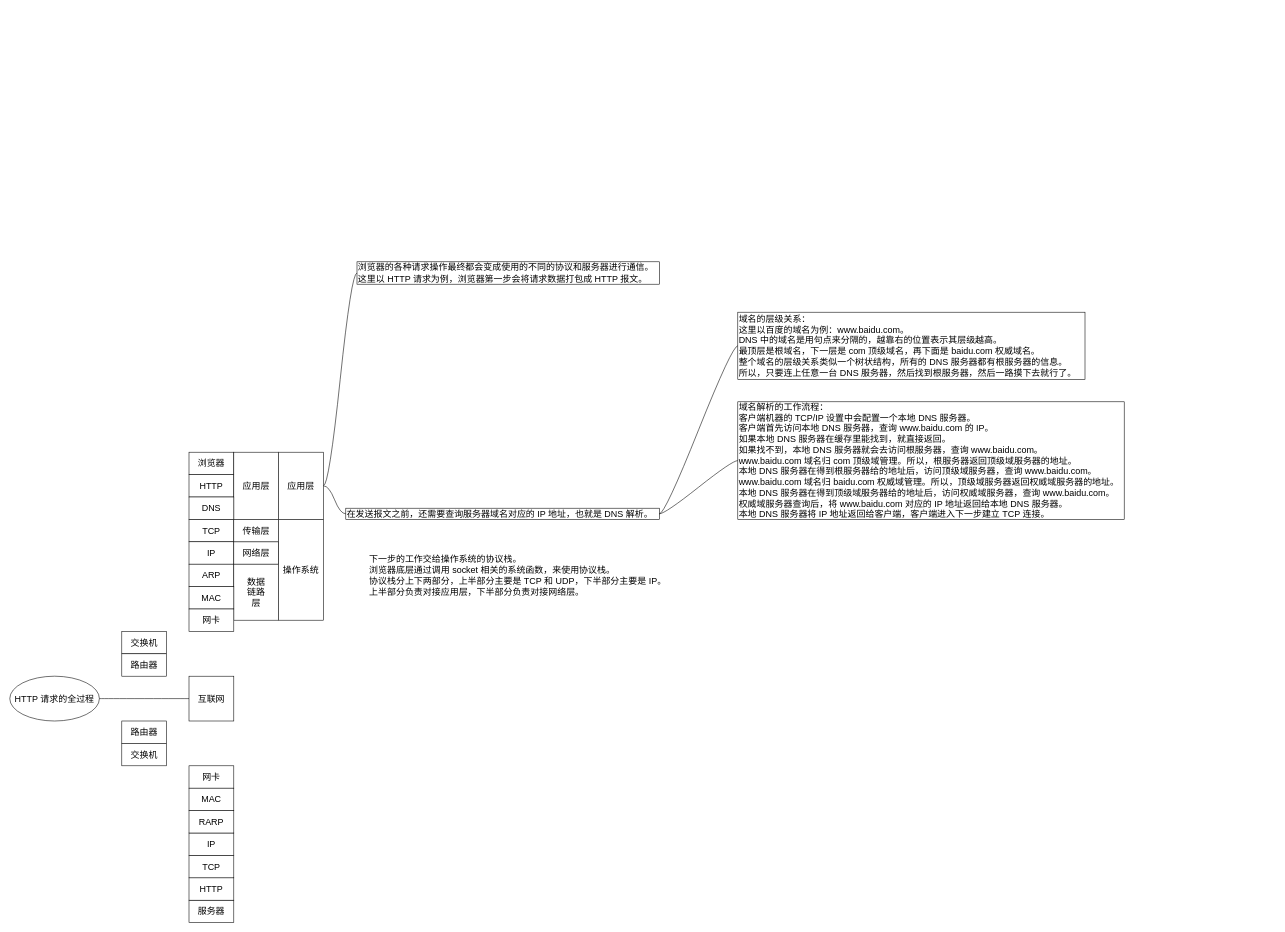
Before: page "第 5 页" (5 of 5) of body_of_knowledge/network_engineering.drawio in KelipuTe/personal-library, a draw.io diagram. Source tidied: cells renumbered, new cells numbered last; positions are measured from the earlier drawing's top-left corner, leaving out a move shared by most shapes. Both pictures are drawn from the tidied source at 56%, with x=0, y=0 at pixel (10, 262).
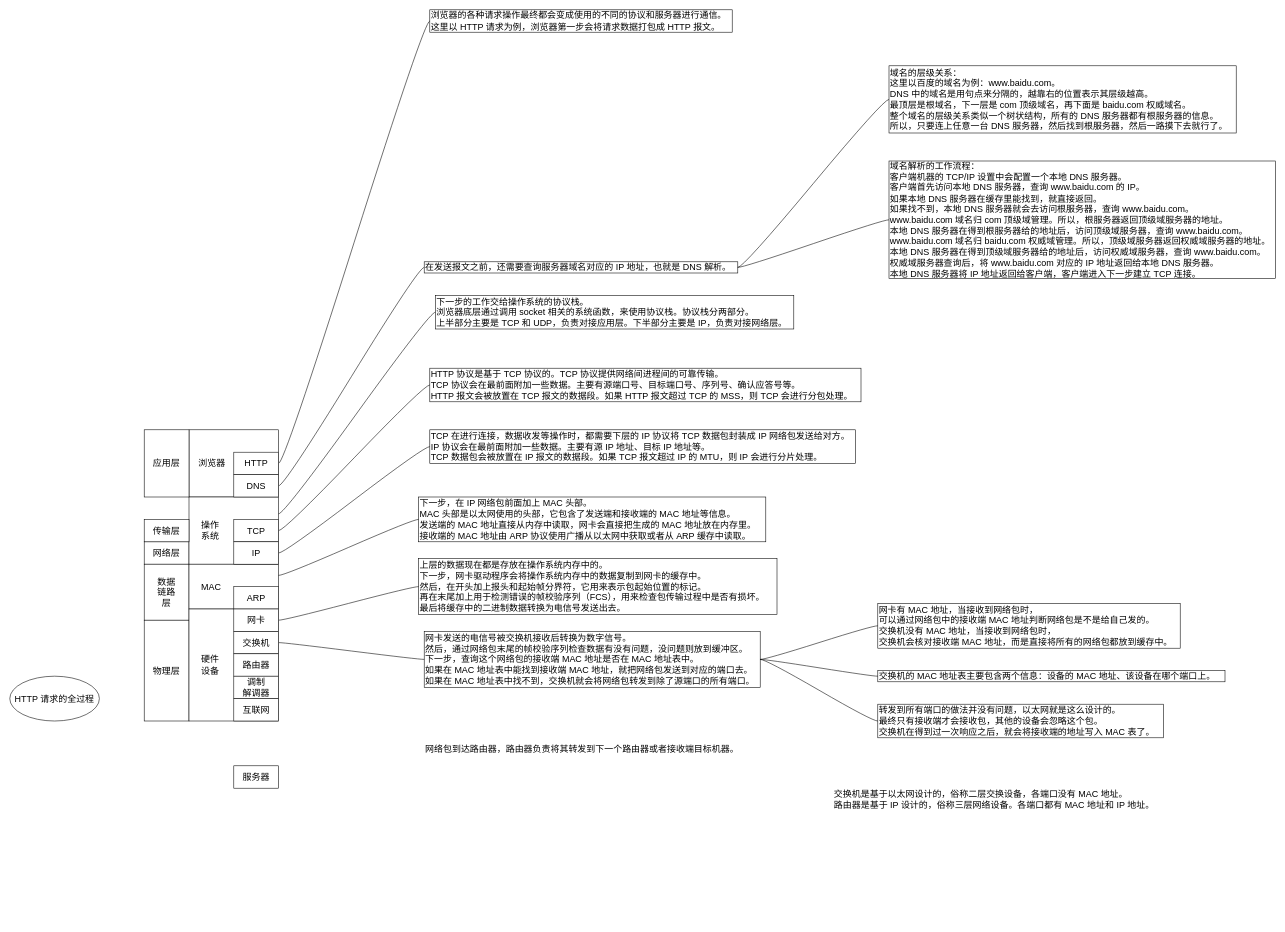
After the change.

Commit message:
network, overview

Unchanged cells that the change refers to:
```xml
<mxCell id="2" value="HTTP 请求的全过程" style="ellipse;whiteSpace=wrap;html=1;align=center;newEdgeStyle={&quot;edgeStyle&quot;:&quot;entityRelationEdgeStyle&quot;,&quot;startArrow&quot;:&quot;none&quot;,&quot;endArrow&quot;:&quot;none&quot;,&quot;segment&quot;:10,&quot;curved&quot;:1};labelBackgroundColor=none;fontSize=16;strokeColor=default;" parent="1" vertex="1">
  <mxGeometry y="740" width="160" height="80" as="geometry" />
</mxCell>
```

Diff of the diagram source:
```diff
@@
     <mxCell id="3" value="浏览器的各种请求操作最终都会变成使用的不同的协议和服务器进行通信。&lt;br&gt;这里以 HTTP 请求为例，浏览器第一步会将请求数据打包成 HTTP 报文。" style="text;html=1;align=left;verticalAlign=middle;points=[];strokeColor=default;fillColor=none;fontSize=16;" parent="1" vertex="1">
-      <mxGeometry x="620" width="540" height="40" as="geometry" />
+      <mxGeometry x="750" y="-450" width="540" height="40" as="geometry" />
     </mxCell>
-    <mxCell id="4" style="edgeStyle=entityRelationEdgeStyle;startArrow=none;endArrow=none;segment=10;curved=1;rounded=0;fontSize=16;" parent="1" edge="1" source="2" target="20">
-      <mxGeometry relative="1" as="geometry" />
-    </mxCell>
-    <mxCell id="5" style="edgeStyle=entityRelationEdgeStyle;startArrow=none;endArrow=none;segment=10;curved=1;rounded=0;fontSize=16;" parent="1" edge="1" source="12" target="3">
+    <mxCell id="5" style="edgeStyle=entityRelationEdgeStyle;startArrow=none;endArrow=none;segment=10;curved=1;rounded=0;fontSize=16;" parent="1" edge="1" source="14" target="3">
       <mxGeometry relative="1" as="geometry" />
     </mxCell>
     <mxCell id="6" value="在发送报文之前，还需要查询服务器域名对应的 IP 地址，也就是 DNS 解析。" style="text;html=1;align=left;verticalAlign=middle;points=[];strokeColor=default;fillColor=none;fontSize=16;" parent="1" vertex="1">
-      <mxGeometry x="600" y="440" width="560" height="20" as="geometry" />
+      <mxGeometry x="740" width="560" height="20" as="geometry" />
     </mxCell>
     <mxCell id="7" value="域名的层级关系：&lt;br&gt;这里以百度的域名为例：www.baidu.com。&lt;br&gt;DNS 中的域名是用句点来分隔的，越靠右的位置表示其层级越高。&lt;br&gt;最顶层是根域名，下一层是 com 顶级域名，再下面是 baidu.com&amp;nbsp;权威域名。&lt;br&gt;整个域名的层级关系类似一个树状结构，所有的 DNS 服务器都有根服务器的信息。&lt;br&gt;所以，只要连上任意一台 DNS 服务器，然后找到根服务器，然后一路摸下去就行了。" style="text;html=1;align=left;verticalAlign=middle;points=[];strokeColor=default;fillColor=none;fontSize=16;" parent="1" vertex="1">
-      <mxGeometry x="1300" y="90" width="620" height="120" as="geometry" />
+      <mxGeometry x="1570" y="-350" width="620" height="120" as="geometry" />
     </mxCell>
     <mxCell id="8" value="域名解析的工作流程：&lt;br&gt;客户端机器的 TCP/IP 设置中会配置一个本地 DNS 服务器。&lt;br&gt;客户端首先访问本地 DNS 服务器，查询&amp;nbsp;&lt;span&gt;www.baidu.com 的 IP。&lt;br&gt;&lt;/span&gt;&lt;span&gt;如果&lt;/span&gt;本地 DNS 服务器在缓存里能找到，就直接返回。&lt;br&gt;如果找不到，本地 DNS 服务器就会去访问根服务器，查询&amp;nbsp;www.baidu.com。&lt;br&gt;www.baidu.com 域名归 com 顶级域管理。所以，根服务器返回顶级域服务器的地址。&lt;br&gt;本地 DNS 服务器在得到根服务器给的地址后，访问顶级域服务器，查询&amp;nbsp;www.baidu.com。&lt;br&gt;www.baidu.com 域名归 baidu.com&amp;nbsp;权威域管理。所以，顶级域服务器返回权威域服务器的地址。&lt;br&gt;本地 DNS 服务器在得到顶级域服务器给的地址后，访问权威域服务器，查询&amp;nbsp;www.baidu.com。&lt;br&gt;权威域服务器查询后，将 www.baidu.com 对应的 IP 地址返回给本地 DNS 服务器。&lt;br&gt;本地 DNS 服务器将 IP 地址返回给客户端，客户端进入下一步建立&amp;nbsp;TCP 连接。&lt;span&gt;&lt;br&gt;&lt;/span&gt;" style="text;html=1;align=left;verticalAlign=middle;points=[];strokeColor=default;fillColor=none;fontSize=16;" parent="1" vertex="1">
-      <mxGeometry x="1300" y="250" width="690" height="210" as="geometry" />
+      <mxGeometry x="1570" y="-180" width="690" height="210" as="geometry" />
     </mxCell>
-    <mxCell id="9" style="edgeStyle=entityRelationEdgeStyle;startArrow=none;endArrow=none;segment=10;curved=1;rounded=0;fontSize=16;" parent="1" edge="1" source="12" target="6">
+    <mxCell id="9" style="edgeStyle=entityRelationEdgeStyle;startArrow=none;endArrow=none;segment=10;curved=1;rounded=0;fontSize=16;" parent="1" edge="1" source="32" target="6">
       <mxGeometry relative="1" as="geometry" />
     </mxCell>
@@
-    <mxCell id="12" value="应用层" style="rounded=0;whiteSpace=wrap;html=1;labelBackgroundColor=none;fontSize=16;strokeColor=default;" parent="1" vertex="1">
-      <mxGeometry x="480" y="340" width="80" height="120" as="geometry" />
-    </mxCell>
-    <mxCell id="13" value="浏览器" style="rounded=0;whiteSpace=wrap;html=1;labelBackgroundColor=none;fontSize=16;strokeColor=default;" parent="1" vertex="1">
-      <mxGeometry x="320" y="340" width="80" height="40" as="geometry" />
+    <mxCell id="13" value="浏览器" style="rounded=0;whiteSpace=wrap;html=1;labelBackgroundColor=none;fontSize=16;strokeColor=default;align=left;spacingLeft=15;" parent="1" vertex="1">
+      <mxGeometry x="320" y="300" width="160" height="120" as="geometry" />
     </mxCell>
     <mxCell id="14" value="HTTP" style="rounded=0;whiteSpace=wrap;html=1;labelBackgroundColor=none;fontSize=16;strokeColor=default;" parent="1" vertex="1">
-      <mxGeometry x="320" y="380" width="80" height="40" as="geometry" />
+      <mxGeometry x="400" y="340" width="80" height="40" as="geometry" />
     </mxCell>
-    <mxCell id="15" value="TCP" style="rounded=0;whiteSpace=wrap;html=1;labelBackgroundColor=none;fontSize=16;strokeColor=default;" parent="1" vertex="1">
-      <mxGeometry x="320" y="460" width="80" height="40" as="geometry" />
-    </mxCell>
-    <mxCell id="16" value="IP" style="rounded=0;whiteSpace=wrap;html=1;labelBackgroundColor=none;fontSize=16;strokeColor=default;" parent="1" vertex="1">
-      <mxGeometry x="320" y="500" width="80" height="40" as="geometry" />
-    </mxCell>
     <mxCell id="17" value="网络层" style="rounded=0;whiteSpace=wrap;html=1;labelBackgroundColor=none;fontSize=16;strokeColor=default;" parent="1" vertex="1">
-      <mxGeometry x="400" y="500" width="80" height="40" as="geometry" />
+      <mxGeometry x="240" y="500" width="80" height="40" as="geometry" />
     </mxCell>
-    <mxCell id="18" value="交换机" style="rounded=0;whiteSpace=wrap;html=1;labelBackgroundColor=none;fontSize=16;strokeColor=default;" parent="1" vertex="1">
-      <mxGeometry x="200" y="660" width="80" height="40" as="geometry" />
-    </mxCell>
-    <mxCell id="19" value="&lt;span&gt;路由器&lt;/span&gt;" style="rounded=0;whiteSpace=wrap;html=1;labelBackgroundColor=none;fontSize=16;strokeColor=default;" parent="1" vertex="1">
-      <mxGeometry x="200" y="700" width="80" height="40" as="geometry" />
-    </mxCell>
-    <mxCell id="20" value="互联网" style="rounded=0;whiteSpace=wrap;html=1;labelBackgroundColor=none;fontSize=16;strokeColor=default;" parent="1" vertex="1">
-      <mxGeometry x="320" y="740" width="80" height="80" as="geometry" />
-    </mxCell>
-    <mxCell id="21" value="路由器" style="rounded=0;whiteSpace=wrap;html=1;labelBackgroundColor=none;fontSize=16;strokeColor=default;" parent="1" vertex="1">
-      <mxGeometry x="200" y="820" width="80" height="40" as="geometry" />
-    </mxCell>
-    <mxCell id="22" value="&lt;span&gt;交换机&lt;/span&gt;" style="rounded=0;whiteSpace=wrap;html=1;labelBackgroundColor=none;fontSize=16;strokeColor=default;" parent="1" vertex="1">
-      <mxGeometry x="200" y="860" width="80" height="40" as="geometry" />
-    </mxCell>
     <mxCell id="23" value="服务器" style="rounded=0;whiteSpace=wrap;html=1;labelBackgroundColor=none;fontSize=16;strokeColor=default;" parent="1" vertex="1">
-      <mxGeometry x="320" y="1140" width="80" height="40" as="geometry" />
+      <mxGeometry x="400" y="900" width="80" height="40" as="geometry" />
     </mxCell>
-    <mxCell id="24" value="HTTP" style="rounded=0;whiteSpace=wrap;html=1;labelBackgroundColor=none;fontSize=16;strokeColor=default;" parent="1" vertex="1">
-      <mxGeometry x="320" y="1100" width="80" height="40" as="geometry" />
-    </mxCell>
-    <mxCell id="25" value="TCP" style="rounded=0;whiteSpace=wrap;html=1;labelBackgroundColor=none;fontSize=16;strokeColor=default;" parent="1" vertex="1">
-      <mxGeometry x="320" y="1060" width="80" height="40" as="geometry" />
-    </mxCell>
-    <mxCell id="26" value="IP" style="rounded=0;whiteSpace=wrap;html=1;labelBackgroundColor=none;fontSize=16;strokeColor=default;" parent="1" vertex="1">
-      <mxGeometry x="320" y="1020" width="80" height="40" as="geometry" />
-    </mxCell>
-    <mxCell id="27" value="操作系统" style="rounded=0;whiteSpace=wrap;html=1;labelBackgroundColor=none;fontSize=16;strokeColor=default;" parent="1" vertex="1">
-      <mxGeometry x="480" y="460" width="80" height="180" as="geometry" />
+    <mxCell id="27" value="操作&lt;br&gt;系统" style="rounded=0;whiteSpace=wrap;html=1;labelBackgroundColor=none;fontSize=16;strokeColor=default;align=left;spacingLeft=20;" parent="1" vertex="1">
+      <mxGeometry x="320" y="420" width="160" height="120" as="geometry" />
     </mxCell>
-    <mxCell id="28" value="下一步的工作交给操作系统的协议栈。&lt;br&gt;&lt;span&gt;浏览器底层通过调用 socket 相关的系统函数，来使用协议栈。&lt;br&gt;协议栈分上下两部分，上&lt;/span&gt;半&lt;span&gt;部分主要是 TCP 和 UDP，下&lt;/span&gt;半&lt;span&gt;部分主要是 IP。&lt;br&gt;上半部分负责对接应用层，下半部分负责对接网络层。&lt;br&gt;&lt;/span&gt;" style="text;html=1;align=left;verticalAlign=middle;points=[];strokeColor=none;fillColor=none;fontSize=16;" parent="1" vertex="1">
-      <mxGeometry x="640" y="520" width="550" height="80" as="geometry" />
+    <mxCell id="28" value="下一步的工作交给操作系统的协议栈。&lt;br&gt;&lt;span&gt;浏览器底层通过调用 socket 相关的系统函数，来使用协议栈。&lt;/span&gt;协议栈分两部分。&lt;span&gt;&lt;br&gt;上&lt;/span&gt;半&lt;span&gt;部分主要是 TCP 和 UDP，&lt;/span&gt;负责对接应用层。&lt;span&gt;下&lt;/span&gt;半&lt;span&gt;部分主要是 IP，负责对接网络层。&lt;br&gt;&lt;/span&gt;" style="text;html=1;align=left;verticalAlign=middle;points=[];strokeColor=default;fillColor=none;fontSize=16;" parent="1" vertex="1">
+      <mxGeometry x="760" y="60" width="640" height="60" as="geometry" />
     </mxCell>
     <mxCell id="29" value="应用层" style="rounded=0;whiteSpace=wrap;html=1;labelBackgroundColor=none;fontSize=16;strokeColor=default;" parent="1" vertex="1">
-      <mxGeometry x="400" y="340" width="80" height="120" as="geometry" />
+      <mxGeometry x="240" y="300" width="80" height="120" as="geometry" />
     </mxCell>
     <mxCell id="30" value="传输层" style="rounded=0;whiteSpace=wrap;html=1;labelBackgroundColor=none;fontSize=16;strokeColor=default;" parent="1" vertex="1">
-      <mxGeometry x="400" y="460" width="80" height="40" as="geometry" />
+      <mxGeometry x="240" y="460" width="80" height="40" as="geometry" />
     </mxCell>
-    <mxCell id="31" value="ARP" style="rounded=0;whiteSpace=wrap;html=1;labelBackgroundColor=none;fontSize=16;strokeColor=default;" parent="1" vertex="1">
-      <mxGeometry x="320" y="540" width="80" height="40" as="geometry" />
-    </mxCell>
     <mxCell id="32" value="DNS" style="rounded=0;whiteSpace=wrap;html=1;labelBackgroundColor=none;fontSize=16;strokeColor=default;" parent="1" vertex="1">
-      <mxGeometry x="320" y="420" width="80" height="40" as="geometry" />
+      <mxGeometry x="400" y="380" width="80" height="40" as="geometry" />
     </mxCell>
     <mxCell id="33" value="数据&lt;br&gt;链路&lt;br&gt;层" style="rounded=0;whiteSpace=wrap;html=1;labelBackgroundColor=none;fontSize=16;strokeColor=default;" parent="1" vertex="1">
-      <mxGeometry x="400" y="540" width="80" height="100" as="geometry" />
+      <mxGeometry x="240" y="540" width="80" height="100" as="geometry" />
     </mxCell>
-    <mxCell id="34" value="MAC" style="rounded=0;whiteSpace=wrap;html=1;labelBackgroundColor=none;fontSize=16;strokeColor=default;" parent="1" vertex="1">
-      <mxGeometry x="320" y="580" width="80" height="40" as="geometry" />
+    <mxCell id="34" value="MAC" style="rounded=0;whiteSpace=wrap;html=1;labelBackgroundColor=none;fontSize=16;strokeColor=default;align=left;spacingLeft=20;" parent="1" vertex="1">
+      <mxGeometry x="320" y="540" width="160" height="80" as="geometry" />
     </mxCell>
+    <mxCell id="39" value="物理层" style="rounded=0;whiteSpace=wrap;html=1;fontSize=16;" parent="1" vertex="1">
+      <mxGeometry x="240" y="640" width="80" height="180" as="geometry" />
+    </mxCell>
+    <mxCell id="40" value="硬件&lt;br&gt;设备" style="rounded=0;whiteSpace=wrap;html=1;fontSize=16;align=left;spacingLeft=20;" parent="1" vertex="1">
+      <mxGeometry x="320" y="620" width="160" height="200" as="geometry" />
+    </mxCell>
+    <mxCell id="41" style="edgeStyle=entityRelationEdgeStyle;startArrow=none;endArrow=none;segment=10;curved=1;rounded=0;fontSize=16;exitX=1;exitY=0.25;exitDx=0;exitDy=0;" parent="1" edge="1" source="27" target="28">
+      <mxGeometry relative="1" as="geometry" />
+    </mxCell>
+    <mxCell id="42" value="HTTP 协议是基于 TCP 协议的。TCP 协议提供网络间进程间的可靠传输。&lt;br&gt;TCP 协议会在最前面附加一些数据。主要有源端口号、目标端口号、序列号、确认应答号等。&lt;br&gt;HTTP 报文会被放置在 TCP 报文的数据段。如果 HTTP 报文超过 TCP 的 MSS，则 TCP 会进行分包处理。" style="text;html=1;align=left;verticalAlign=middle;points=[];strokeColor=default;fillColor=none;fontSize=16;" parent="1" vertex="1">
+      <mxGeometry x="750" y="190" width="770" height="60" as="geometry" />
+    </mxCell>
+    <mxCell id="43" value="TCP 在进行连接，数据收发等操作时，都需要下层的 IP 协议将 TCP 数据包封装成 IP 网络包发送给对方。&lt;br&gt;IP 协议会在最前面附加一些数据。主要有源 IP 地址、目标 IP 地址等。&lt;br&gt;TCP 数据包会被放置在 IP 报文的数据段。如果 TCP 报文超过 IP 的 MTU，则 IP 会进行分片处理。" style="text;html=1;align=left;verticalAlign=middle;points=[];strokeColor=default;fillColor=none;fontSize=16;" parent="1" vertex="1">
+      <mxGeometry x="750" y="300" width="760" height="60" as="geometry" />
+    </mxCell>
+    <mxCell id="44" style="edgeStyle=entityRelationEdgeStyle;startArrow=none;endArrow=none;segment=10;curved=1;rounded=0;fontSize=16;" parent="1" edge="1" source="15" target="42">
+      <mxGeometry relative="1" as="geometry" />
+    </mxCell>
+    <mxCell id="45" style="edgeStyle=entityRelationEdgeStyle;startArrow=none;endArrow=none;segment=10;curved=1;rounded=0;fontSize=16;" parent="1" edge="1" source="16" target="43">
+      <mxGeometry relative="1" as="geometry" />
+    </mxCell>
+    <mxCell id="46" value="下一步，在 IP 网络包前面加上 MAC 头部。&lt;br&gt;MAC 头部是以太网使用的头部，它包含了发送端和接收端的 MAC 地址等信息。&lt;br&gt;发送端的 MAC 地址直接从内存中读取，网卡会直接把生成的 MAC 地址放在内存里。&lt;br&gt;接收端的 MAC 地址由 ARP 协议使用广播从以太网中获取或者从 ARP 缓存中读取。" style="text;html=1;align=left;verticalAlign=middle;points=[];strokeColor=default;fillColor=none;fontSize=16;" parent="1" vertex="1">
+      <mxGeometry x="730" y="420" width="620" height="80" as="geometry" />
+    </mxCell>
+    <mxCell id="47" style="edgeStyle=entityRelationEdgeStyle;startArrow=none;endArrow=none;segment=10;curved=1;rounded=0;fontSize=16;exitX=1;exitY=0.25;exitDx=0;exitDy=0;" parent="1" edge="1" source="34" target="46">
+      <mxGeometry relative="1" as="geometry" />
+    </mxCell>
+    <mxCell id="48" value="上层的数据现在都是存放在操作系统内存中的。&lt;br&gt;下一步，网卡驱动程序会将操作系统内存中的数据复制到网卡的缓存中。&lt;br&gt;然后，在开头加上报头和起始帧分界符，它用来表示包起始位置的标记。&lt;br&gt;再在末尾加上用于检测错误的帧校验序列（FCS），用来检查包传输过程中是否有损坏。&lt;br&gt;最后将缓存中的二进制数据转换为电信号发送出去。" style="text;html=1;align=left;verticalAlign=middle;points=[];strokeColor=default;fillColor=none;fontSize=16;" parent="1" vertex="1">
+      <mxGeometry x="730" y="530" width="640" height="100" as="geometry" />
+    </mxCell>
+    <mxCell id="49" style="edgeStyle=entityRelationEdgeStyle;startArrow=none;endArrow=none;segment=10;curved=1;rounded=0;fontSize=16;" parent="1" edge="1" source="35" target="48">
+      <mxGeometry relative="1" as="geometry" />
+    </mxCell>
+    <mxCell id="50" value="网卡发送的电信号被交换机接收后转换为数字信号。&lt;br style=&quot;font-size: 16px&quot;&gt;然后，通过网络包末尾的&lt;span style=&quot;font-size: 16px&quot;&gt;帧校验序列检查数据有没有问题，没问题则放到缓冲区。&lt;/span&gt;&lt;br style=&quot;font-size: 16px&quot;&gt;下一步，查询这个网络包的接收端 MAC 地址是否在 MAC 地址表中。&lt;br&gt;如果在 MAC 地址表中能找到接收端&amp;nbsp;MAC 地址，就把网络包发送到对应的端口去。&lt;br&gt;如果在 MAC 地址表中找不到，交换机就会将网络包转发到除了源端口的所有端口。&lt;br&gt;" style="text;html=1;align=left;verticalAlign=middle;points=[];strokeColor=default;fillColor=none;fontSize=16;" parent="1" vertex="1">
+      <mxGeometry x="740" y="660" width="600" height="100" as="geometry" />
+    </mxCell>
+    <mxCell id="51" value="&lt;span&gt;交换机的 MAC 地址表主要包含两个信息：设备的 MAC 地址、该设备在哪个端口上。&lt;/span&gt;" style="text;html=1;align=left;verticalAlign=middle;points=[];strokeColor=default;fillColor=none;fontSize=16;" parent="1" vertex="1">
+      <mxGeometry x="1550" y="730" width="620" height="20" as="geometry" />
+    </mxCell>
+    <mxCell id="52" value="&lt;span&gt;网卡有 MAC 地址，当接收到网络包时，&lt;br&gt;可以通过网络包中的接收端 MAC 地址判断网络包是不是给自己发的。&lt;br&gt;&lt;/span&gt;交换机没有 MAC 地址，当接收到网络包时，&lt;br&gt;交换机会核对接收端 MAC 地址，而是直接将所有的网络包都放到缓存中。&lt;span&gt;&lt;br&gt;&lt;/span&gt;" style="text;html=1;align=left;verticalAlign=middle;points=[];strokeColor=default;fillColor=none;fontSize=16;" parent="1" vertex="1">
+      <mxGeometry x="1550" y="610" width="540" height="80" as="geometry" />
+    </mxCell>
+    <mxCell id="53" style="edgeStyle=entityRelationEdgeStyle;startArrow=none;endArrow=none;segment=10;curved=1;rounded=0;fontSize=16;" parent="1" edge="1" source="18" target="50">
+      <mxGeometry relative="1" as="geometry" />
+    </mxCell>
+    <mxCell id="54" style="edgeStyle=entityRelationEdgeStyle;startArrow=none;endArrow=none;segment=10;curved=1;rounded=0;fontSize=16;" parent="1" edge="1" source="50" target="52">
+      <mxGeometry relative="1" as="geometry" />
+    </mxCell>
+    <mxCell id="55" style="edgeStyle=entityRelationEdgeStyle;startArrow=none;endArrow=none;segment=10;curved=1;rounded=0;fontSize=16;" parent="1" edge="1" source="50" target="51">
+      <mxGeometry relative="1" as="geometry" />
+    </mxCell>
+    <mxCell id="56" value="转发到所有端口的做法并没有问题，以太网就是这么设计的。&lt;br&gt;最终只有接收端才会接收包，其他的设备会忽略这个包。&lt;br&gt;交换机在得到过一次响应之后，就会将接收端的地址写入 MAC 表了。" style="text;html=1;align=left;verticalAlign=middle;points=[];strokeColor=default;fillColor=none;fontSize=16;" parent="1" vertex="1">
+      <mxGeometry x="1550" y="790" width="510" height="60" as="geometry" />
+    </mxCell>
+    <mxCell id="57" style="edgeStyle=entityRelationEdgeStyle;startArrow=none;endArrow=none;segment=10;curved=1;rounded=0;fontSize=16;" parent="1" edge="1" source="50" target="56">
+      <mxGeometry relative="1" as="geometry" />
+    </mxCell>
+    <mxCell id="58" value="网络包到达路由器，路由器负责将其转发到下一个路由器或者接收端目标机器。" style="text;html=1;align=left;verticalAlign=middle;strokeColor=none;fillColor=none;fontSize=16;" parent="1" vertex="1">
+      <mxGeometry x="740" y="860" width="580" height="20" as="geometry" />
+    </mxCell>
+    <mxCell id="59" value="交换机是基于以太网设计的，俗称二层交换设备，各端口没有 MAC 地址。&lt;br&gt;路由器是基于 IP 设计的，俗称三层网络设备。各端口都有 MAC 地址和 IP 地址。" style="text;html=1;align=left;verticalAlign=middle;strokeColor=none;fillColor=none;fontSize=16;" parent="1" vertex="1">
+      <mxGeometry x="1470" y="940" width="590" height="40" as="geometry" />
+    </mxCell>
+    <mxCell id="15" value="TCP" style="rounded=0;whiteSpace=wrap;html=1;labelBackgroundColor=none;fontSize=16;strokeColor=default;" parent="1" vertex="1">
+      <mxGeometry x="400" y="460" width="80" height="40" as="geometry" />
+    </mxCell>
+    <mxCell id="16" value="IP" style="rounded=0;whiteSpace=wrap;html=1;labelBackgroundColor=none;fontSize=16;strokeColor=default;" parent="1" vertex="1">
+      <mxGeometry x="400" y="500" width="80" height="40" as="geometry" />
+    </mxCell>
+    <mxCell id="31" value="ARP" style="rounded=0;whiteSpace=wrap;html=1;labelBackgroundColor=none;fontSize=16;strokeColor=default;" parent="1" vertex="1">
+      <mxGeometry x="400" y="580" width="80" height="40" as="geometry" />
+    </mxCell>
+    <mxCell id="18" value="交换机" style="rounded=0;whiteSpace=wrap;html=1;labelBackgroundColor=none;fontSize=16;strokeColor=default;" parent="1" vertex="1">
+      <mxGeometry x="400" y="660" width="80" height="40" as="geometry" />
+    </mxCell>
+    <mxCell id="19" value="&lt;span&gt;路由器&lt;/span&gt;" style="rounded=0;whiteSpace=wrap;html=1;labelBackgroundColor=none;fontSize=16;strokeColor=default;" parent="1" vertex="1">
+      <mxGeometry x="400" y="700" width="80" height="40" as="geometry" />
+    </mxCell>
     <mxCell id="35" value="网卡" style="rounded=0;whiteSpace=wrap;html=1;labelBackgroundColor=none;fontSize=16;strokeColor=default;" parent="1" vertex="1">
-      <mxGeometry x="320" y="620" width="80" height="40" as="geometry" />
+      <mxGeometry x="400" y="620" width="80" height="40" as="geometry" />
     </mxCell>
-    <mxCell id="36" value="网卡" style="rounded=0;whiteSpace=wrap;html=1;labelBackgroundColor=none;fontSize=16;strokeColor=default;" parent="1" vertex="1">
-      <mxGeometry x="320" y="900" width="80" height="40" as="geometry" />
-    </mxCell>
-    <mxCell id="37" value="MAC" style="rounded=0;whiteSpace=wrap;html=1;labelBackgroundColor=none;fontSize=16;strokeColor=default;" parent="1" vertex="1">
-      <mxGeometry x="320" y="940" width="80" height="40" as="geometry" />
-    </mxCell>
-    <mxCell id="38" value="RARP" style="rounded=0;whiteSpace=wrap;html=1;labelBackgroundColor=none;fontSize=16;strokeColor=default;" parent="1" vertex="1">
-      <mxGeometry x="320" y="980" width="80" height="40" as="geometry" />
-    </mxCell>
+    <mxCell id="60" value="调制&lt;br&gt;解调器" style="rounded=0;whiteSpace=wrap;html=1;labelBackgroundColor=none;fontSize=16;strokeColor=default;" parent="1" vertex="1">
+      <mxGeometry x="400" y="740" width="80" height="40" as="geometry" />
+    </mxCell>
+    <mxCell id="20" value="互联网" style="rounded=0;whiteSpace=wrap;html=1;labelBackgroundColor=none;fontSize=16;strokeColor=default;" parent="1" vertex="1">
+      <mxGeometry x="400" y="780" width="80" height="40" as="geometry" />
+    </mxCell>
```
